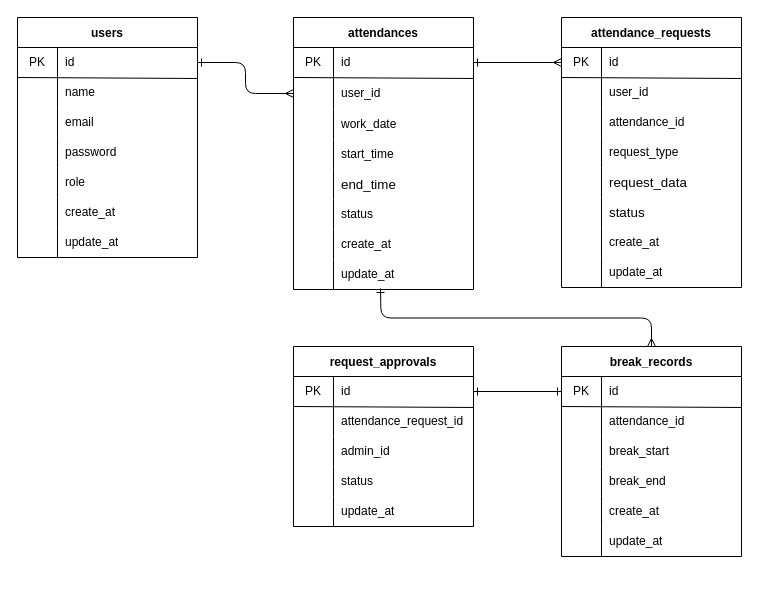
This is erd.dio from shun1019/attendance-management-app, a draw.io file, before an edit. Source tidied: cells renumbered, new cells numbered last; positions are measured from the earlier drawing's top-left corner, leaving out a move shared by most shapes. Both pictures are drawn from the tidied source at 100%, with x=0, y=0 at pixel (17, 17).
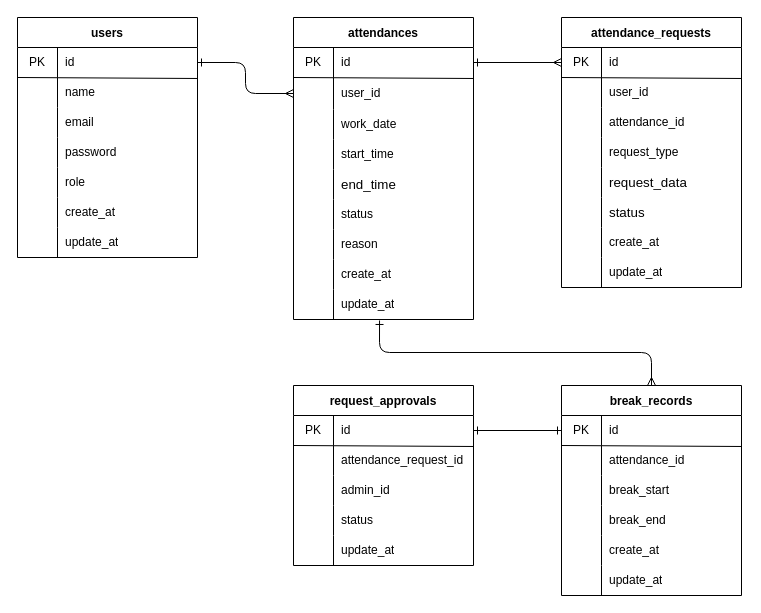
The same diagram, later.

Change to the diagram source:
```diff
@@
     <mxCell id="26" value="attendances" style="shape=table;startSize=30;childLayout=tableLayout;rowLines=0;fontStyle=1;fontColor=#000000;labelBackgroundColor=none;fillColor=#fff;strokeColor=#000000;swimlaneFillColor=#FFFFFF;" parent="1" vertex="1">
-      <mxGeometry x="276" width="180" height="272" as="geometry" />
+      <mxGeometry x="276" width="180" height="302" as="geometry" />
     </mxCell>
@@
+    <mxCell id="118" style="shape=tableRow;horizontal=0;startSize=0;swimlaneHead=0;swimlaneBody=0;top=0;left=0;bottom=0;right=0;fillColor=none;fontColor=#000000;" parent="26" vertex="1">
+      <mxGeometry y="212" width="180" height="30" as="geometry" />
+    </mxCell>
+    <mxCell id="119" style="shape=partialRectangle;html=1;whiteSpace=wrap;fillColor=none;top=0;left=0;bottom=0;right=0;overflow=hidden;fontColor=#000000;" parent="118" vertex="1">
+      <mxGeometry width="40" height="30" as="geometry" />
+    </mxCell>
+    <mxCell id="120" value="reason" style="shape=partialRectangle;html=1;whiteSpace=wrap;fillColor=none;top=0;left=0;bottom=0;right=0;align=left;spacingLeft=6;overflow=hidden;fontColor=#000000;" parent="118" vertex="1">
+      <mxGeometry x="40" width="140" height="30" as="geometry" />
+    </mxCell>
     <mxCell id="45" style="shape=tableRow;horizontal=0;startSize=0;swimlaneHead=0;swimlaneBody=0;top=0;left=0;bottom=0;right=0;fillColor=none;fontColor=#000000;" parent="26" vertex="1">
-      <mxGeometry y="212" width="180" height="30" as="geometry" />
+      <mxGeometry y="242" width="180" height="30" as="geometry" />
     </mxCell>
@@
     <mxCell id="48" style="shape=tableRow;horizontal=0;startSize=0;swimlaneHead=0;swimlaneBody=0;top=0;left=0;bottom=0;right=0;fillColor=none;points=[[0,0.5],[1,0.5]];portConstraint=eastwest;fontColor=#000000;" parent="26" vertex="1">
-      <mxGeometry y="242" width="180" height="30" as="geometry" />
+      <mxGeometry y="272" width="180" height="30" as="geometry" />
     </mxCell>
@@
     <mxCell id="52" value="break_records" style="shape=table;startSize=30;childLayout=tableLayout;rowLines=0;fontStyle=1;fontColor=#000000;labelBackgroundColor=none;fillColor=#fff;strokeColor=#000000;fillStyle=auto;swimlaneLine=1;swimlaneFillColor=#FFFFFF;" parent="1" vertex="1">
-      <mxGeometry x="544" y="329" width="180" height="210" as="geometry" />
+      <mxGeometry x="544" y="368" width="180" height="210" as="geometry" />
     </mxCell>
@@
     <mxCell id="73" value="request_approvals" style="shape=table;startSize=30;childLayout=tableLayout;rowLines=0;fontStyle=1;fontColor=#000000;labelBackgroundColor=none;fillColor=#fff;strokeColor=#000000;fillStyle=auto;swimlaneLine=1;swimlaneFillColor=#FFFFFF;" parent="1" vertex="1">
-      <mxGeometry x="276" y="329" width="180" height="180" as="geometry" />
+      <mxGeometry x="276" y="368" width="180" height="180" as="geometry" />
     </mxCell>
@@
-    <mxCell id="116" style="edgeStyle=orthogonalEdgeStyle;html=1;strokeColor=#000000;startArrow=ERmany;startFill=0;endArrow=ERone;endFill=0;exitX=0.5;exitY=0;exitDx=0;exitDy=0;" parent="1" edge="1" source="52">
-      <mxGeometry relative="1" as="geometry">
-        <mxPoint x="363" y="271" as="targetPoint" />
-      </mxGeometry>
+    <mxCell id="116" style="edgeStyle=orthogonalEdgeStyle;html=1;strokeColor=#000000;startArrow=ERmany;startFill=0;endArrow=ERone;endFill=0;exitX=0.5;exitY=0;exitDx=0;exitDy=0;entryX=0.478;entryY=1.033;entryDx=0;entryDy=0;entryPerimeter=0;" parent="1" edge="1" source="52" target="48">
+      <mxGeometry relative="1" as="geometry" />
     </mxCell>
```
